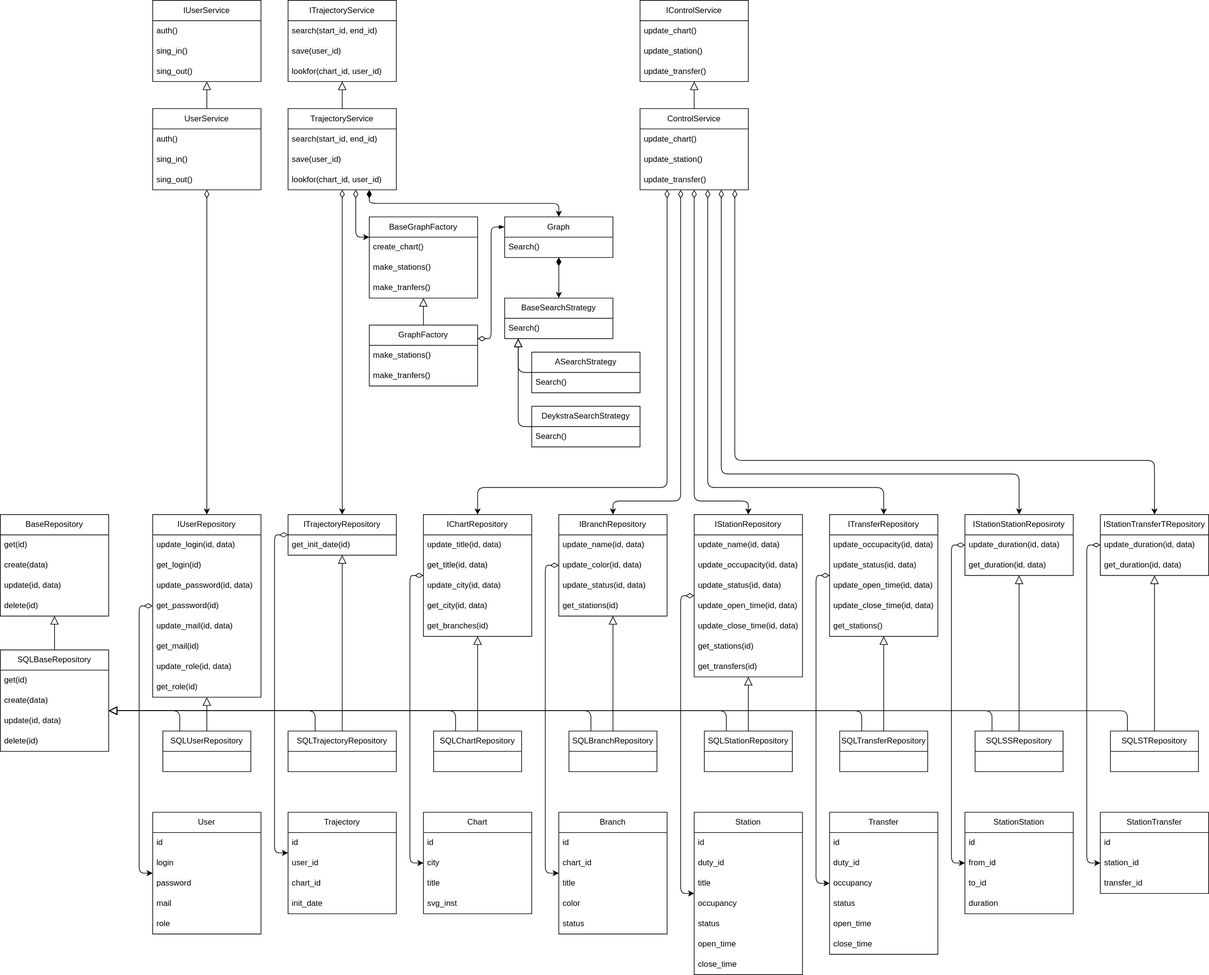
Before: images/charts/UML_BusinessLogic.svg, a diagram exported from draw.io (Mihyich/PPO). Source tidied: cells renumbered, new cells last; positions are measured from the earlier drawing's top-left corner, leaving out a move shared by most shapes.
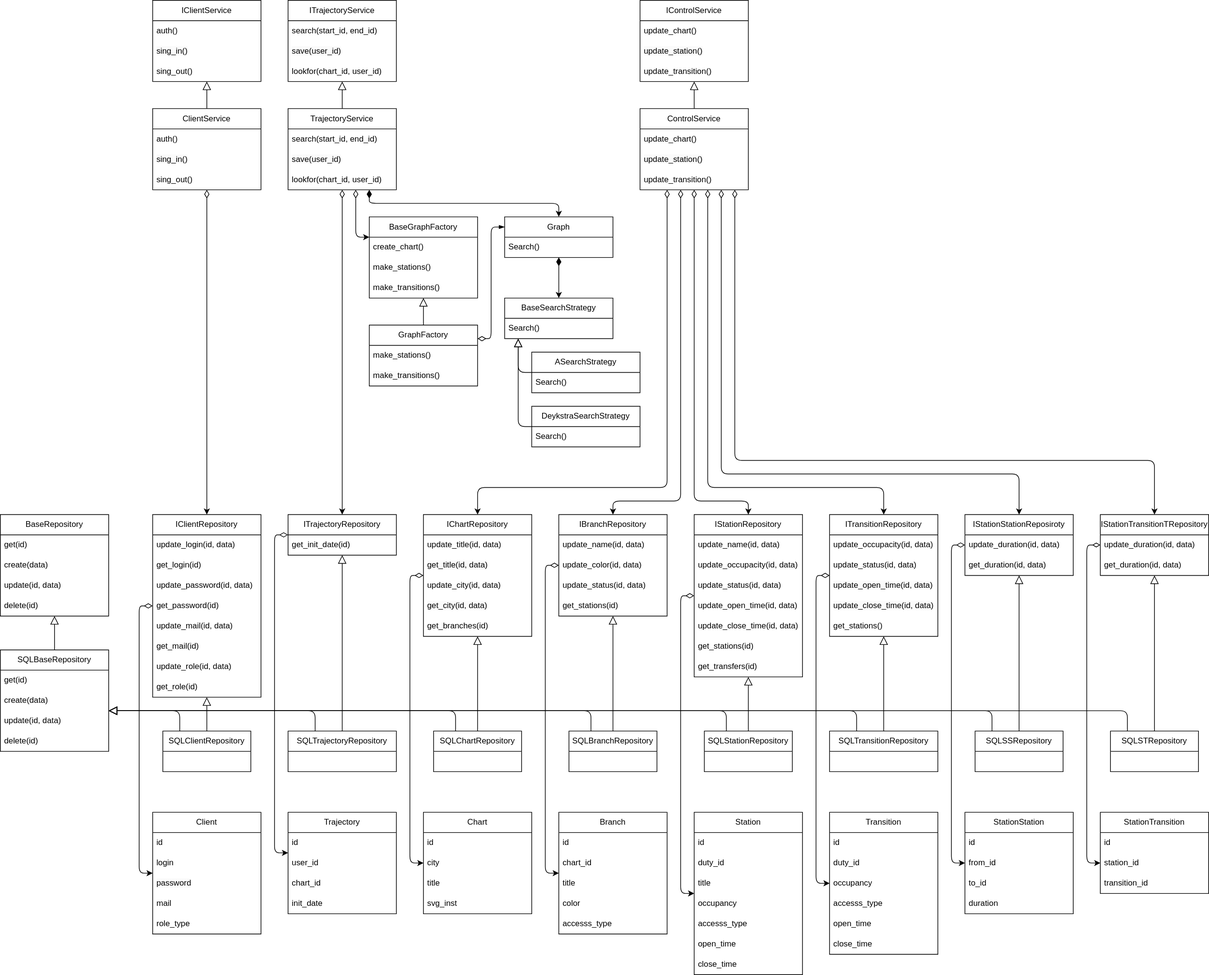
After the commit.

Commit message:
Обновлено svg представление диаграмм

Diff of the diagram source:
```diff
@@ -11,7 +11,7 @@
     <mxCell id="4" value="make_stations()" style="text;strokeColor=none;fillColor=none;align=left;verticalAlign=middle;spacingLeft=4;spacingRight=4;overflow=hidden;whiteSpace=wrap;html=1;" parent="2" vertex="1">
       <mxGeometry y="60" width="160" height="30" as="geometry" />
     </mxCell>
-    <mxCell id="5" value="make_tranfers()" style="text;strokeColor=none;fillColor=none;align=left;verticalAlign=middle;spacingLeft=4;spacingRight=4;overflow=hidden;whiteSpace=wrap;html=1;" parent="2" vertex="1">
+    <mxCell id="5" value="&lt;span style=&quot;color: rgb(0, 0, 0);&quot;&gt;make_transitions()&lt;/span&gt;" style="text;strokeColor=none;fillColor=none;align=left;verticalAlign=middle;spacingLeft=4;spacingRight=4;overflow=hidden;whiteSpace=wrap;html=1;" parent="2" vertex="1">
       <mxGeometry y="90" width="160" height="30" as="geometry" />
     </mxCell>
     <mxCell id="6" style="edgeStyle=none;html=1;endArrow=block;endFill=0;endSize=10;" parent="1" edge="1" source="7" target="2">
@@ -23,7 +23,7 @@
     <mxCell id="8" value="&lt;span style=&quot;color: rgb(0, 0, 0);&quot;&gt;make_stations()&lt;/span&gt;" style="text;strokeColor=none;fillColor=none;align=left;verticalAlign=middle;spacingLeft=4;spacingRight=4;overflow=hidden;whiteSpace=wrap;html=1;" parent="7" vertex="1">
       <mxGeometry y="30" width="160" height="30" as="geometry" />
     </mxCell>
-    <mxCell id="9" value="&lt;span style=&quot;color: rgb(0, 0, 0); font-family: Helvetica; font-size: 12px; font-style: normal; font-variant-ligatures: normal; font-variant-caps: normal; font-weight: 400; letter-spacing: normal; orphans: 2; text-align: left; text-indent: 0px; text-transform: none; widows: 2; word-spacing: 0px; -webkit-text-stroke-width: 0px; white-space: normal; background-color: rgb(251, 251, 251); text-decoration-thickness: initial; text-decoration-style: initial; text-decoration-color: initial; display: inline !important; float: none;&quot;&gt;make_tranfers()&lt;/span&gt;" style="text;strokeColor=none;fillColor=none;align=left;verticalAlign=middle;spacingLeft=4;spacingRight=4;overflow=hidden;whiteSpace=wrap;html=1;" parent="7" vertex="1">
+    <mxCell id="9" value="&lt;span style=&quot;color: rgb(0, 0, 0); font-family: Helvetica; font-size: 12px; font-style: normal; font-variant-ligatures: normal; font-variant-caps: normal; font-weight: 400; letter-spacing: normal; orphans: 2; text-align: left; text-indent: 0px; text-transform: none; widows: 2; word-spacing: 0px; -webkit-text-stroke-width: 0px; white-space: normal; background-color: rgb(251, 251, 251); text-decoration-thickness: initial; text-decoration-style: initial; text-decoration-color: initial; float: none; display: inline !important;&quot;&gt;make_transitions()&lt;/span&gt;" style="text;strokeColor=none;fillColor=none;align=left;verticalAlign=middle;spacingLeft=4;spacingRight=4;overflow=hidden;whiteSpace=wrap;html=1;" parent="7" vertex="1">
       <mxGeometry y="60" width="160" height="30" as="geometry" />
     </mxCell>
     <mxCell id="10" style="edgeStyle=orthogonalEdgeStyle;html=1;startArrow=diamondThin;startFill=1;startSize=10;" parent="1" edge="1" source="11" target="14">
@@ -75,7 +75,7 @@
     <mxCell id="21" value="Search()" style="text;strokeColor=none;fillColor=none;align=left;verticalAlign=middle;spacingLeft=4;spacingRight=4;overflow=hidden;whiteSpace=wrap;html=1;" parent="20" vertex="1">
       <mxGeometry y="30" width="160" height="30" as="geometry" />
     </mxCell>
-    <mxCell id="22" value="User" style="swimlane;fontStyle=0;horizontal=1;startSize=30;whiteSpace=wrap;html=1;" parent="1" vertex="1">
+    <mxCell id="22" value="Client" style="swimlane;fontStyle=0;horizontal=1;startSize=30;whiteSpace=wrap;html=1;" parent="1" vertex="1">
       <mxGeometry x="225" y="1200" width="160" height="180" as="geometry" />
     </mxCell>
     <mxCell id="23" value="id" style="text;strokeColor=none;fillColor=none;align=left;verticalAlign=middle;spacingLeft=4;spacingRight=4;overflow=hidden;whiteSpace=wrap;html=1;" parent="22" vertex="1">
@@ -90,10 +90,10 @@
     <mxCell id="26" value="mail" style="text;strokeColor=none;fillColor=none;align=left;verticalAlign=middle;spacingLeft=4;spacingRight=4;overflow=hidden;whiteSpace=wrap;html=1;" parent="22" vertex="1">
       <mxGeometry y="120" width="160" height="30" as="geometry" />
     </mxCell>
-    <mxCell id="27" value="role" style="text;strokeColor=none;fillColor=none;align=left;verticalAlign=middle;spacingLeft=4;spacingRight=4;overflow=hidden;whiteSpace=wrap;html=1;" parent="22" vertex="1">
+    <mxCell id="27" value="role_type" style="text;strokeColor=none;fillColor=none;align=left;verticalAlign=middle;spacingLeft=4;spacingRight=4;overflow=hidden;whiteSpace=wrap;html=1;" parent="22" vertex="1">
       <mxGeometry y="150" width="160" height="30" as="geometry" />
     </mxCell>
-    <mxCell id="28" value="IUserService" style="swimlane;fontStyle=0;horizontal=1;startSize=30;whiteSpace=wrap;html=1;" parent="1" vertex="1">
+    <mxCell id="28" value="IClientService" style="swimlane;fontStyle=0;horizontal=1;startSize=30;whiteSpace=wrap;html=1;" parent="1" vertex="1">
       <mxGeometry x="225" width="160" height="120" as="geometry" />
     </mxCell>
     <mxCell id="29" value="auth()" style="text;strokeColor=none;fillColor=none;align=left;verticalAlign=middle;spacingLeft=4;spacingRight=4;overflow=hidden;whiteSpace=wrap;html=1;" parent="28" vertex="1">
@@ -111,7 +111,7 @@
     <mxCell id="33" style="edgeStyle=none;html=1;startArrow=diamondThin;startFill=0;startSize=10;" parent="1" edge="1" source="34" target="45">
       <mxGeometry relative="1" as="geometry" />
     </mxCell>
-    <mxCell id="34" value="UserService" style="swimlane;fontStyle=0;horizontal=1;startSize=30;whiteSpace=wrap;html=1;" parent="1" vertex="1">
+    <mxCell id="34" value="ClientService" style="swimlane;fontStyle=0;horizontal=1;startSize=30;whiteSpace=wrap;html=1;" parent="1" vertex="1">
       <mxGeometry x="225" y="160" width="160" height="120" as="geometry" />
     </mxCell>
     <mxCell id="35" value="auth()" style="text;strokeColor=none;fillColor=none;align=left;verticalAlign=middle;spacingLeft=4;spacingRight=4;overflow=hidden;whiteSpace=wrap;html=1;" parent="34" vertex="1">
@@ -149,7 +149,7 @@
         </Array>
       </mxGeometry>
     </mxCell>
-    <mxCell id="45" value="IUserRepository" style="swimlane;fontStyle=0;horizontal=1;startSize=30;whiteSpace=wrap;html=1;swimlaneFillColor=none;fillStyle=auto;" parent="1" vertex="1">
+    <mxCell id="45" value="IClientRepository" style="swimlane;fontStyle=0;horizontal=1;startSize=30;whiteSpace=wrap;html=1;swimlaneFillColor=none;fillStyle=auto;" parent="1" vertex="1">
       <mxGeometry x="225" y="760" width="160" height="270" as="geometry" />
     </mxCell>
     <mxCell id="46" value="update_login(id, data)" style="text;strokeColor=none;fillColor=none;align=left;verticalAlign=middle;spacingLeft=4;spacingRight=4;overflow=hidden;whiteSpace=wrap;html=1;" parent="45" vertex="1">
@@ -279,7 +279,7 @@
         </Array>
       </mxGeometry>
     </mxCell>
-    <mxCell id="80" value="ITransferRepository" style="swimlane;fontStyle=0;horizontal=1;startSize=30;whiteSpace=wrap;html=1;swimlaneFillColor=none;fillStyle=auto;" parent="1" vertex="1">
+    <mxCell id="80" value="ITransitionRepository" style="swimlane;fontStyle=0;horizontal=1;startSize=30;whiteSpace=wrap;html=1;swimlaneFillColor=none;fillStyle=auto;" parent="1" vertex="1">
       <mxGeometry x="1225" y="760" width="160" height="180" as="geometry" />
     </mxCell>
     <mxCell id="81" value="update_occupacity(id, data)" style="text;strokeColor=none;fillColor=none;align=left;verticalAlign=middle;spacingLeft=4;spacingRight=4;overflow=hidden;whiteSpace=wrap;html=1;" parent="80" vertex="1">
@@ -309,7 +309,7 @@
         </Array>
       </mxGeometry>
     </mxCell>
-    <mxCell id="88" value="SQLUserRepository" style="swimlane;fontStyle=0;horizontal=1;startSize=30;whiteSpace=wrap;html=1;" parent="1" vertex="1">
+    <mxCell id="88" value="SQLClientRepository" style="swimlane;fontStyle=0;horizontal=1;startSize=30;whiteSpace=wrap;html=1;" parent="1" vertex="1">
       <mxGeometry x="240" y="1080" width="130" height="60" as="geometry" />
     </mxCell>
     <mxCell id="89" style="edgeStyle=none;html=1;exitX=0.5;exitY=0;exitDx=0;exitDy=0;endArrow=block;endFill=0;endSize=10;" parent="1" edge="1" source="91" target="55">
@@ -370,12 +370,12 @@
     <mxCell id="102" style="edgeStyle=orthogonalEdgeStyle;html=1;exitX=0.25;exitY=0;exitDx=0;exitDy=0;endArrow=block;endFill=0;endSize=10;" parent="1" edge="1" source="103" target="39">
       <mxGeometry relative="1" as="geometry">
         <Array as="points">
-          <mxPoint x="1273" y="1050" />
+          <mxPoint x="1265" y="1050" />
         </Array>
       </mxGeometry>
     </mxCell>
-    <mxCell id="103" value="SQLTransferRepository" style="swimlane;fontStyle=0;horizontal=1;startSize=30;whiteSpace=wrap;html=1;" parent="1" vertex="1">
-      <mxGeometry x="1240" y="1080" width="130" height="60" as="geometry" />
+    <mxCell id="103" value="SQLTransitionRepository" style="swimlane;fontStyle=0;horizontal=1;startSize=30;whiteSpace=wrap;html=1;" parent="1" vertex="1">
+      <mxGeometry x="1225" y="1080" width="160" height="60" as="geometry" />
     </mxCell>
     <mxCell id="104" value="BaseRepository" style="swimlane;fontStyle=0;horizontal=1;startSize=30;whiteSpace=wrap;html=1;" parent="1" vertex="1">
       <mxGeometry y="760" width="160" height="150" as="geometry" />
@@ -417,7 +417,7 @@
         </Array>
       </mxGeometry>
     </mxCell>
-    <mxCell id="114" value="IStationTransferTRepository" style="swimlane;fontStyle=0;horizontal=1;startSize=30;whiteSpace=wrap;html=1;swimlaneFillColor=none;fillStyle=auto;" parent="1" vertex="1">
+    <mxCell id="114" value="IStationTransitionTRepository" style="swimlane;fontStyle=0;horizontal=1;startSize=30;whiteSpace=wrap;html=1;swimlaneFillColor=none;fillStyle=auto;" parent="1" vertex="1">
       <mxGeometry x="1625" y="760" width="160" height="90" as="geometry" />
     </mxCell>
     <mxCell id="115" value="&lt;span style=&quot;color: rgb(0, 0, 0);&quot;&gt;update_duration(id, data)&lt;/span&gt;" style="text;strokeColor=none;fillColor=none;align=left;verticalAlign=middle;spacingLeft=4;spacingRight=4;overflow=hidden;whiteSpace=wrap;html=1;" parent="114" vertex="1">
@@ -508,7 +508,7 @@
     <mxCell id="137" value="&lt;span style=&quot;color: rgb(0, 0, 0); font-family: Helvetica; font-size: 12px; font-style: normal; font-variant-ligatures: normal; font-variant-caps: normal; font-weight: 400; letter-spacing: normal; orphans: 2; text-align: left; text-indent: 0px; text-transform: none; widows: 2; word-spacing: 0px; -webkit-text-stroke-width: 0px; white-space: normal; background-color: rgb(251, 251, 251); text-decoration-thickness: initial; text-decoration-style: initial; text-decoration-color: initial; float: none; display: inline !important;&quot;&gt;update_station()&lt;/span&gt;" style="text;strokeColor=none;fillColor=none;align=left;verticalAlign=middle;spacingLeft=4;spacingRight=4;overflow=hidden;whiteSpace=wrap;html=1;" parent="135" vertex="1">
       <mxGeometry y="60" width="160" height="30" as="geometry" />
     </mxCell>
-    <mxCell id="138" value="update_transfer()" style="text;strokeColor=none;fillColor=none;align=left;verticalAlign=middle;spacingLeft=4;spacingRight=4;overflow=hidden;whiteSpace=wrap;html=1;" parent="135" vertex="1">
+    <mxCell id="138" value="update_transition()" style="text;strokeColor=none;fillColor=none;align=left;verticalAlign=middle;spacingLeft=4;spacingRight=4;overflow=hidden;whiteSpace=wrap;html=1;" parent="135" vertex="1">
       <mxGeometry y="90" width="160" height="30" as="geometry" />
     </mxCell>
     <mxCell id="139" style="edgeStyle=none;html=1;endArrow=block;endFill=0;endSize=10;" parent="1" edge="1" source="146" target="135">
@@ -571,7 +571,7 @@
     <mxCell id="148" value="&lt;span style=&quot;color: rgb(0, 0, 0); font-family: Helvetica; font-size: 12px; font-style: normal; font-variant-ligatures: normal; font-variant-caps: normal; font-weight: 400; letter-spacing: normal; orphans: 2; text-align: left; text-indent: 0px; text-transform: none; widows: 2; word-spacing: 0px; -webkit-text-stroke-width: 0px; white-space: normal; background-color: rgb(251, 251, 251); text-decoration-thickness: initial; text-decoration-style: initial; text-decoration-color: initial; float: none; display: inline !important;&quot;&gt;update_station()&lt;/span&gt;" style="text;strokeColor=none;fillColor=none;align=left;verticalAlign=middle;spacingLeft=4;spacingRight=4;overflow=hidden;whiteSpace=wrap;html=1;" parent="146" vertex="1">
       <mxGeometry y="60" width="160" height="30" as="geometry" />
     </mxCell>
-    <mxCell id="149" value="update_transfer()" style="text;strokeColor=none;fillColor=none;align=left;verticalAlign=middle;spacingLeft=4;spacingRight=4;overflow=hidden;whiteSpace=wrap;html=1;" parent="146" vertex="1">
+    <mxCell id="149" value="&lt;span style=&quot;color: rgb(0, 0, 0);&quot;&gt;update_transition()&lt;/span&gt;" style="text;strokeColor=none;fillColor=none;align=left;verticalAlign=middle;spacingLeft=4;spacingRight=4;overflow=hidden;whiteSpace=wrap;html=1;" parent="146" vertex="1">
       <mxGeometry y="90" width="160" height="30" as="geometry" />
     </mxCell>
     <mxCell id="150" value="Trajectory" style="swimlane;fontStyle=0;horizontal=1;startSize=30;whiteSpace=wrap;html=1;" parent="1" vertex="1">
@@ -604,7 +604,7 @@
     <mxCell id="159" value="occupancy" style="text;strokeColor=none;fillColor=none;align=left;verticalAlign=middle;spacingLeft=4;spacingRight=4;overflow=hidden;whiteSpace=wrap;html=1;" parent="155" vertex="1">
       <mxGeometry y="120" width="160" height="30" as="geometry" />
     </mxCell>
-    <mxCell id="160" value="status" style="text;strokeColor=none;fillColor=none;align=left;verticalAlign=middle;spacingLeft=4;spacingRight=4;overflow=hidden;whiteSpace=wrap;html=1;" parent="155" vertex="1">
+    <mxCell id="160" value="&lt;span style=&quot;color: rgb(0, 0, 0);&quot;&gt;accesss_type&lt;/span&gt;" style="text;strokeColor=none;fillColor=none;align=left;verticalAlign=middle;spacingLeft=4;spacingRight=4;overflow=hidden;whiteSpace=wrap;html=1;" parent="155" vertex="1">
       <mxGeometry y="150" width="160" height="30" as="geometry" />
     </mxCell>
     <mxCell id="161" value="open_time" style="text;strokeColor=none;fillColor=none;align=left;verticalAlign=middle;spacingLeft=4;spacingRight=4;overflow=hidden;whiteSpace=wrap;html=1;" parent="155" vertex="1">
@@ -613,7 +613,7 @@
     <mxCell id="162" value="close_time" style="text;strokeColor=none;fillColor=none;align=left;verticalAlign=middle;spacingLeft=4;spacingRight=4;overflow=hidden;whiteSpace=wrap;html=1;" parent="155" vertex="1">
       <mxGeometry y="210" width="160" height="30" as="geometry" />
     </mxCell>
-    <mxCell id="163" value="Transfer" style="swimlane;fontStyle=0;horizontal=1;startSize=30;whiteSpace=wrap;html=1;" parent="1" vertex="1">
+    <mxCell id="163" value="Transition" style="swimlane;fontStyle=0;horizontal=1;startSize=30;whiteSpace=wrap;html=1;" parent="1" vertex="1">
       <mxGeometry x="1225" y="1200" width="160" height="210" as="geometry" />
     </mxCell>
     <mxCell id="164" value="id" style="text;strokeColor=none;fillColor=none;align=left;verticalAlign=middle;spacingLeft=4;spacingRight=4;overflow=hidden;whiteSpace=wrap;html=1;" parent="163" vertex="1">
@@ -625,7 +625,7 @@
     <mxCell id="166" value="occupancy" style="text;strokeColor=none;fillColor=none;align=left;verticalAlign=middle;spacingLeft=4;spacingRight=4;overflow=hidden;whiteSpace=wrap;html=1;" parent="163" vertex="1">
       <mxGeometry y="90" width="160" height="30" as="geometry" />
     </mxCell>
-    <mxCell id="167" value="status" style="text;strokeColor=none;fillColor=none;align=left;verticalAlign=middle;spacingLeft=4;spacingRight=4;overflow=hidden;whiteSpace=wrap;html=1;" parent="163" vertex="1">
+    <mxCell id="167" value="&lt;span style=&quot;color: rgb(0, 0, 0);&quot;&gt;accesss_type&lt;/span&gt;" style="text;strokeColor=none;fillColor=none;align=left;verticalAlign=middle;spacingLeft=4;spacingRight=4;overflow=hidden;whiteSpace=wrap;html=1;" parent="163" vertex="1">
       <mxGeometry y="120" width="160" height="30" as="geometry" />
     </mxCell>
     <mxCell id="168" value="open_time" style="text;strokeColor=none;fillColor=none;align=left;verticalAlign=middle;spacingLeft=4;spacingRight=4;overflow=hidden;whiteSpace=wrap;html=1;" parent="163" vertex="1">
@@ -649,7 +649,7 @@
     <mxCell id="174" value="duration" style="text;strokeColor=none;fillColor=none;align=left;verticalAlign=middle;spacingLeft=4;spacingRight=4;overflow=hidden;whiteSpace=wrap;html=1;" parent="170" vertex="1">
       <mxGeometry y="120" width="160" height="30" as="geometry" />
     </mxCell>
-    <mxCell id="175" value="StationTransfer" style="swimlane;fontStyle=0;horizontal=1;startSize=30;whiteSpace=wrap;html=1;" parent="1" vertex="1">
+    <mxCell id="175" value="StationTransition" style="swimlane;fontStyle=0;horizontal=1;startSize=30;whiteSpace=wrap;html=1;" parent="1" vertex="1">
       <mxGeometry x="1625" y="1200" width="160" height="120" as="geometry" />
     </mxCell>
     <mxCell id="176" value="id" style="text;strokeColor=none;fillColor=none;align=left;verticalAlign=middle;spacingLeft=4;spacingRight=4;overflow=hidden;whiteSpace=wrap;html=1;" parent="175" vertex="1">
@@ -658,7 +658,7 @@
     <mxCell id="177" value="station_id" style="text;strokeColor=none;fillColor=none;align=left;verticalAlign=middle;spacingLeft=4;spacingRight=4;overflow=hidden;whiteSpace=wrap;html=1;" parent="175" vertex="1">
       <mxGeometry y="60" width="160" height="30" as="geometry" />
     </mxCell>
-    <mxCell id="178" value="transfer_id" style="text;strokeColor=none;fillColor=none;align=left;verticalAlign=middle;spacingLeft=4;spacingRight=4;overflow=hidden;whiteSpace=wrap;html=1;" parent="175" vertex="1">
+    <mxCell id="178" value="transition_id" style="text;strokeColor=none;fillColor=none;align=left;verticalAlign=middle;spacingLeft=4;spacingRight=4;overflow=hidden;whiteSpace=wrap;html=1;" parent="175" vertex="1">
       <mxGeometry y="90" width="160" height="30" as="geometry" />
     </mxCell>
     <mxCell id="179" value="Branch" style="swimlane;fontStyle=0;horizontal=1;startSize=30;whiteSpace=wrap;html=1;" parent="1" vertex="1">
@@ -676,7 +676,7 @@
     <mxCell id="183" value="color" style="text;strokeColor=none;fillColor=none;align=left;verticalAlign=middle;spacingLeft=4;spacingRight=4;overflow=hidden;whiteSpace=wrap;html=1;" parent="179" vertex="1">
       <mxGeometry y="120" width="160" height="30" as="geometry" />
     </mxCell>
-    <mxCell id="184" value="status" style="text;strokeColor=none;fillColor=none;align=left;verticalAlign=middle;spacingLeft=4;spacingRight=4;overflow=hidden;whiteSpace=wrap;html=1;" parent="179" vertex="1">
+    <mxCell id="184" value="accesss_type" style="text;strokeColor=none;fillColor=none;align=left;verticalAlign=middle;spacingLeft=4;spacingRight=4;overflow=hidden;whiteSpace=wrap;html=1;" parent="179" vertex="1">
       <mxGeometry y="150" width="160" height="30" as="geometry" />
     </mxCell>
     <mxCell id="185" value="Chart" style="swimlane;fontStyle=0;horizontal=1;startSize=30;whiteSpace=wrap;html=1;" parent="1" vertex="1">
```
